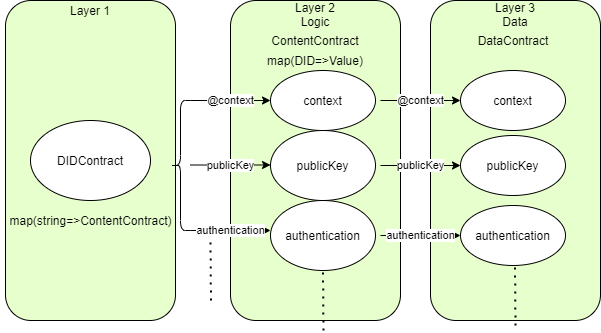
ontology-tech/DID-solidity keeps this draw.io diagram as doc/三层体系结构.png. Above is the earlier version. Source tidied: cells renumbered, new cells last; positions are measured from the earlier drawing's top-left corner, leaving out a move shared by most shapes.
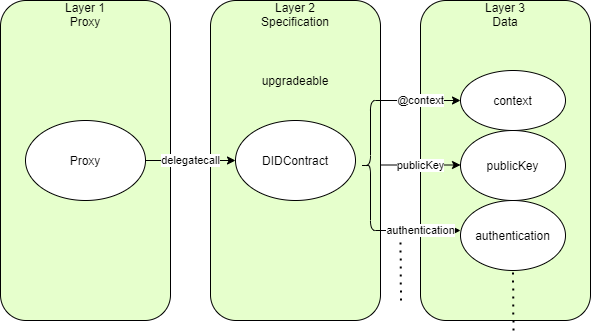
Above is the later version.

Change to the diagram source:
```diff
@@ -3,29 +3,23 @@
     <mxCell id="0" />
     <mxCell id="1" parent="0" />
     <mxCell id="2" style="rounded=1;whiteSpace=wrap;html=1;fillColor=#E6FFCC;" parent="1" vertex="1">
-      <mxGeometry x="5" width="170" height="320" as="geometry" />
+      <mxGeometry x="20" width="170" height="320" as="geometry" />
     </mxCell>
     <mxCell id="3" value="DIDContract" style="ellipse;whiteSpace=wrap;html=1;" parent="1" vertex="1">
-      <mxGeometry x="30" y="120" width="120" height="80" as="geometry" />
+      <mxGeometry x="45" y="120" width="120" height="80" as="geometry" />
     </mxCell>
     <mxCell id="4" style="shape=curlyBracket;whiteSpace=wrap;html=1;rounded=1;" parent="1" vertex="1">
       <mxGeometry x="170" y="100" width="20" height="130" as="geometry" />
     </mxCell>
-    <mxCell id="5" value="&lt;span&gt;map(string=&amp;gt;ContentContract)&lt;/span&gt;" style="text;html=1;align=center;verticalAlign=middle;" parent="1" vertex="1">
-      <mxGeometry y="210" width="180" height="20" as="geometry" />
-    </mxCell>
-    <mxCell id="6" value="Layer 1" style="text;html=1;strokeColor=none;fillColor=none;align=center;verticalAlign=middle;whiteSpace=wrap;rounded=0;" parent="1" vertex="1">
-      <mxGeometry x="60" width="60" height="20" as="geometry" />
+    <mxCell id="6" value="Layer 2&lt;br&gt;Specification" style="text;html=1;strokeColor=none;fillColor=none;align=center;verticalAlign=middle;whiteSpace=wrap;rounded=0;" parent="1" vertex="1">
+      <mxGeometry x="75" y="4" width="60" height="20" as="geometry" />
     </mxCell>
     <mxCell id="7" style="rounded=1;whiteSpace=wrap;html=1;fillColor=#E6FFCC;" parent="1" vertex="1">
       <mxGeometry x="230" width="170" height="320" as="geometry" />
     </mxCell>
-    <mxCell id="8" value="Layer 2&lt;br&gt;Logic" style="text;html=1;strokeColor=none;fillColor=none;align=center;verticalAlign=middle;whiteSpace=wrap;rounded=0;" parent="1" vertex="1">
+    <mxCell id="8" value="Layer 3&lt;br&gt;Data" style="text;html=1;strokeColor=none;fillColor=none;align=center;verticalAlign=middle;whiteSpace=wrap;rounded=0;" parent="1" vertex="1">
       <mxGeometry x="285" y="4" width="60" height="20" as="geometry" />
     </mxCell>
-    <mxCell id="9" value="ContentContract" style="text;html=1;strokeColor=none;fillColor=none;align=center;verticalAlign=middle;whiteSpace=wrap;rounded=0;" parent="1" vertex="1">
-      <mxGeometry x="295" y="30" width="40" height="20" as="geometry" />
-    </mxCell>
     <mxCell id="10" value="context" style="ellipse;whiteSpace=wrap;html=1;fillColor=#FFFFFF;" parent="1" vertex="1">
       <mxGeometry x="270" y="70" width="105" height="60" as="geometry" />
     </mxCell>
@@ -40,9 +34,6 @@
         <mxPoint x="323" y="330" as="sourcePoint" />
       </mxGeometry>
     </mxCell>
-    <mxCell id="14" value="map(DID=&gt;Value)" style="text;html=1;strokeColor=none;fillColor=none;align=center;verticalAlign=middle;whiteSpace=wrap;rounded=0;" parent="1" vertex="1">
-      <mxGeometry x="295" y="50" width="40" height="20" as="geometry" />
-    </mxCell>
     <mxCell id="15" value="@context" style="endArrow=classic;html=1;exitX=1;exitY=0;exitDx=0;exitDy=0;exitPerimeter=0;entryX=0;entryY=0.5;entryDx=0;entryDy=0;" parent="1" edge="1" source="4" target="10">
       <mxGeometry relative="1" as="geometry" />
     </mxCell>
@@ -64,44 +55,20 @@
         <mxPoint x="210" y="240" as="targetPoint" />
       </mxGeometry>
     </mxCell>
-    <mxCell id="19" style="rounded=1;whiteSpace=wrap;html=1;fillColor=#E6FFCC;" parent="1" vertex="1">
-      <mxGeometry x="430" width="170" height="320" as="geometry" />
-    </mxCell>
-    <mxCell id="20" value="Layer 3&lt;br&gt;Data" style="text;html=1;strokeColor=none;fillColor=none;align=center;verticalAlign=middle;whiteSpace=wrap;rounded=0;" parent="1" vertex="1">
-      <mxGeometry x="485" y="4" width="60" height="20" as="geometry" />
-    </mxCell>
-    <mxCell id="21" value="context" style="ellipse;whiteSpace=wrap;html=1;fillColor=#FFFFFF;" parent="1" vertex="1">
-      <mxGeometry x="460" y="70" width="105" height="60" as="geometry" />
-    </mxCell>
-    <mxCell id="22" value="@context" style="endArrow=classic;html=1;exitX=1;exitY=0;exitDx=0;exitDy=0;exitPerimeter=0;entryX=0;entryY=0.5;entryDx=0;entryDy=0;" parent="1" edge="1" target="21">
-      <mxGeometry relative="1" as="geometry">
-        <mxPoint x="380" y="100" as="sourcePoint" />
-      </mxGeometry>
-    </mxCell>
-    <mxCell id="23" value="DataContract" style="text;html=1;strokeColor=none;fillColor=none;align=center;verticalAlign=middle;whiteSpace=wrap;rounded=0;" parent="1" vertex="1">
-      <mxGeometry x="492.5" y="30" width="40" height="20" as="geometry" />
-    </mxCell>
-    <mxCell id="24" value="publicKey" style="ellipse;whiteSpace=wrap;html=1;fillColor=#FFFFFF;" parent="1" vertex="1">
-      <mxGeometry x="460" y="135" width="105" height="60" as="geometry" />
-    </mxCell>
-    <mxCell id="25" value="publicKey" style="endArrow=classic;html=1;exitX=1;exitY=0;exitDx=0;exitDy=0;exitPerimeter=0;entryX=0;entryY=0.5;entryDx=0;entryDy=0;" parent="1" edge="1" target="24">
-      <mxGeometry relative="1" as="geometry">
-        <mxPoint x="380" y="165" as="sourcePoint" />
-      </mxGeometry>
-    </mxCell>
-    <mxCell id="26" value="authentication" style="ellipse;whiteSpace=wrap;html=1;fillColor=#FFFFFF;" parent="1" vertex="1">
-      <mxGeometry x="460" y="205" width="105" height="60" as="geometry" />
-    </mxCell>
-    <mxCell id="27" value="authentication" style="endArrow=classic;html=1;exitX=1;exitY=0;exitDx=0;exitDy=0;exitPerimeter=0;entryX=0;entryY=0.5;entryDx=0;entryDy=0;" parent="1" edge="1" target="26">
-      <mxGeometry relative="1" as="geometry">
-        <mxPoint x="380" y="235" as="sourcePoint" />
-      </mxGeometry>
-    </mxCell>
-    <mxCell id="28" style="endArrow=none;dashed=1;html=1;dashPattern=1 3;strokeWidth=2;entryX=0.5;entryY=1;entryDx=0;entryDy=0;" parent="1" edge="1">
-      <mxGeometry relative="1" as="geometry">
-        <mxPoint x="515" y="325" as="sourcePoint" />
-        <mxPoint x="514.5" y="265" as="targetPoint" />
-      </mxGeometry>
-    </mxCell>
+    <mxCell id="29" style="rounded=1;whiteSpace=wrap;html=1;fillColor=#E6FFCC;" parent="1" vertex="1">
+      <mxGeometry x="-190" width="170" height="320" as="geometry" />
+    </mxCell>
+    <mxCell id="30" value="Layer 1&lt;br&gt;Proxy" style="text;html=1;strokeColor=none;fillColor=none;align=center;verticalAlign=middle;whiteSpace=wrap;rounded=0;" parent="1" vertex="1">
+      <mxGeometry x="-135" y="4" width="60" height="20" as="geometry" />
+    </mxCell>
+    <mxCell id="31" value="Proxy" style="ellipse;whiteSpace=wrap;html=1;" parent="1" vertex="1">
+      <mxGeometry x="-165" y="120" width="120" height="80" as="geometry" />
+    </mxCell>
+    <mxCell id="32" value="delegatecall" style="edgeStyle=orthogonalEdgeStyle;rounded=0;jettySize=auto;html=1;" parent="1" edge="1" source="31" target="3">
+      <mxGeometry relative="1" as="geometry" />
+    </mxCell>
+    <mxCell id="33" value="upgradeable" style="text;html=1;strokeColor=none;fillColor=none;align=center;verticalAlign=middle;whiteSpace=wrap;rounded=0;" parent="1" vertex="1">
+      <mxGeometry x="85" y="70" width="40" height="20" as="geometry" />
+    </mxCell>
   </root>
 </mxGraphModel>
```
